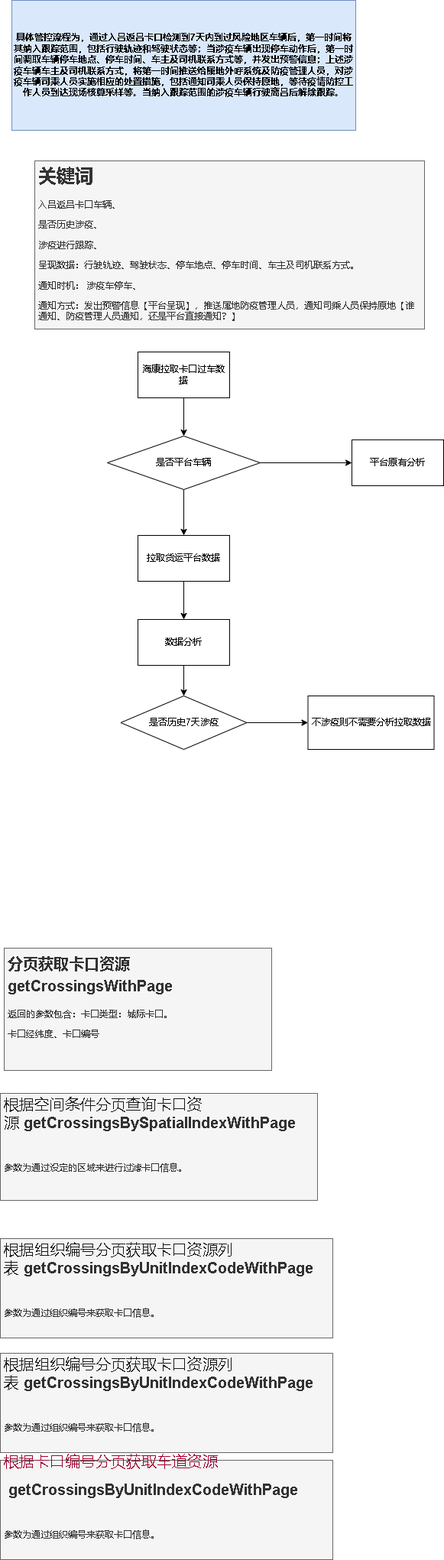
Earlier version of the draw.io export 吕梁疫情防控.drawio.png (xktder/draw). Source tidied: cells renumbered, new cells last; positions are measured from the earlier drawing's top-left corner, leaving out a move shared by most shapes.
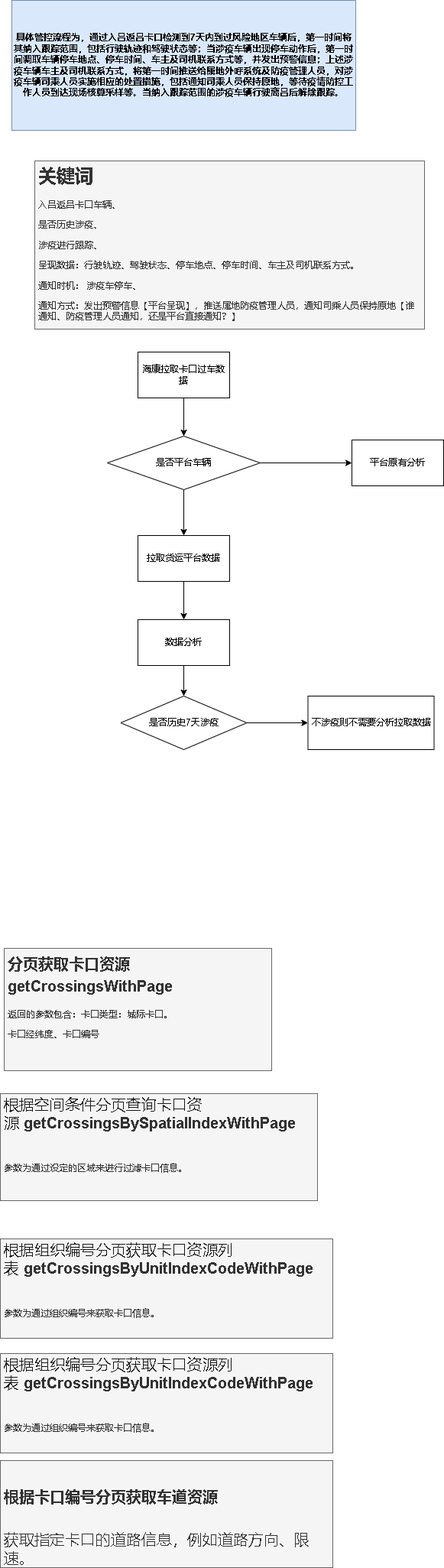
The same diagram one commit later.

Commit message:
更新吕梁疫情防控.drawio.png

Diff of the diagram source:
```diff
@@ -59,8 +59,8 @@
     <mxCell id="20" value="&lt;h1 style=&quot;font-size: 20px;&quot;&gt;&lt;span style=&quot;color: rgba(0, 0, 0, 0.9); font-family: &amp;quot;Microsoft Yahei&amp;quot;, &amp;quot;PingFang SC&amp;quot;, &amp;quot;Hiragino Sans GB&amp;quot;, tahoma, arial; font-weight: 400; background-color: initial;&quot;&gt;根据组织编号分页获取卡口资源列表&lt;/span&gt;&amp;nbsp;getCrossingsByUnitIndexCodeWithPage&lt;/h1&gt;&lt;br&gt;&lt;p&gt;参数为通过组织编号来获取卡口信息。&lt;/p&gt;" style="text;html=1;strokeColor=#666666;fillColor=#f5f5f5;spacing=5;spacingTop=-20;whiteSpace=wrap;overflow=hidden;rounded=0;fontColor=#333333;" parent="1" vertex="1">
       <mxGeometry y="1770" width="435" height="130" as="geometry" />
     </mxCell>
-    <mxCell id="21" value="&lt;font face=&quot;Microsoft Yahei, PingFang SC, Hiragino Sans GB, tahoma, arial&quot; color=&quot;rgba(0, 0, 0, 0.901960784313726)&quot;&gt;&lt;span style=&quot;font-size: 20px;&quot;&gt;根据卡口编号分页获取车道资源&lt;/span&gt;&lt;/font&gt;&lt;h1 style=&quot;font-size: 20px;&quot;&gt;&amp;nbsp;getCrossingsByUnitIndexCodeWithPage&lt;/h1&gt;&lt;br&gt;&lt;p&gt;参数为通过组织编号来获取卡口信息。&lt;/p&gt;" style="text;html=1;strokeColor=#666666;fillColor=#f5f5f5;spacing=5;spacingTop=-20;whiteSpace=wrap;overflow=hidden;rounded=0;fontColor=#333333;" parent="1" vertex="1">
-      <mxGeometry y="1910" width="435" height="130" as="geometry" />
-    </mxCell>
+    <mxCell id="22" value="&lt;h1&gt;&lt;font style=&quot;font-size: 20px;&quot;&gt;根据卡口编号分页获取车道资源&lt;/font&gt;&lt;/h1&gt;&lt;p&gt;获取指定卡口的道路信息，例如道路方向、限速。&lt;/p&gt;" style="text;html=1;spacing=5;spacingTop=-20;whiteSpace=wrap;overflow=hidden;rounded=0;fontSize=20;fillColor=#f5f5f5;fontColor=#333333;strokeColor=#666666;" parent="1" vertex="1">
+      <mxGeometry y="1910" width="435" height="140" as="geometry" />
+    </mxCell>
   </root>
 </mxGraphModel>
```
